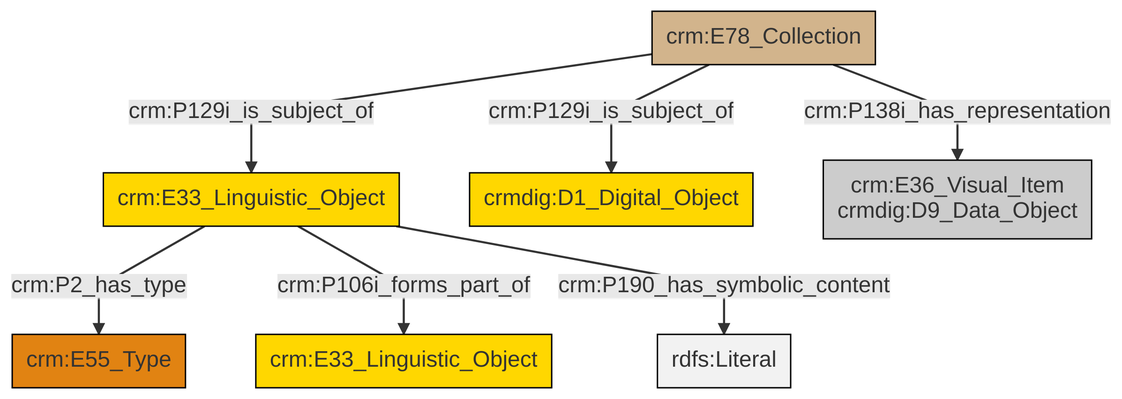
This is et/archivalCSV/ttl/mmd/png/archival_docs.png from swiss-art-research-net/docs.swissartresearch, a Mermaid export, as it was before one commit. Its source is kept beside it as et/archivalCSV/ttl/mmd/archival_docs.ttl.mmd.
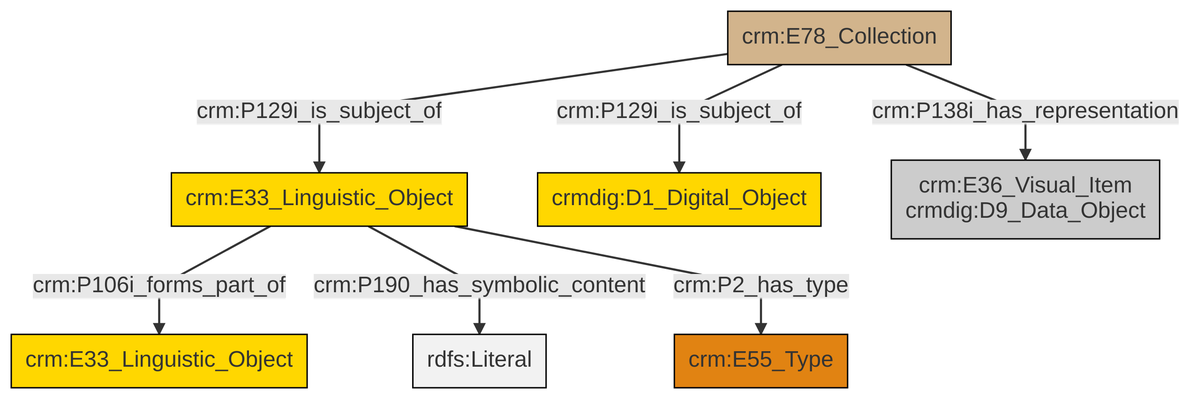
The same file after the commit.

Diff of the diagram source:
```diff
@@ -13,9 +13,9 @@
 classDef PC_Classes fill:#4ce600, stroke:#000000;
 classDef Multi fill:#cccccc,stroke:#000000;
 
-0["crm:E33_Linguistic_Object"]:::Conceptual_Object -->|crm:P2_has_type| 1["crm:E55_Type"]:::Type
-4["crm:E78_Collection"]:::Physical_Thing -->|crm:P129i_is_subject_of| 5["crmdig:D1_Digital_Object"]:::Conceptual_Object
+0["crm:E33_Linguistic_Object"]:::Conceptual_Object -->|crm:P106i_forms_part_of| 1["crm:E33_Linguistic_Object"]:::Conceptual_Object
+4["crm:E78_Collection"]:::Physical_Thing -->|crm:P138i_has_representation| 5["crm:E36_Visual_Item<br>crmdig:D9_Data_Object"]:::Multi
+0["crm:E33_Linguistic_Object"]:::Conceptual_Object -->|crm:P190_has_symbolic_content| 10[rdfs:Literal]:::Literal
 4["crm:E78_Collection"]:::Physical_Thing -->|crm:P129i_is_subject_of| 0["crm:E33_Linguistic_Object"]:::Conceptual_Object
-0["crm:E33_Linguistic_Object"]:::Conceptual_Object -->|crm:P106i_forms_part_of| 2["crm:E33_Linguistic_Object"]:::Conceptual_Object
-0["crm:E33_Linguistic_Object"]:::Conceptual_Object -->|crm:P190_has_symbolic_content| 10[rdfs:Literal]:::Literal
-4["crm:E78_Collection"]:::Physical_Thing -->|crm:P138i_has_representation| 6["crm:E36_Visual_Item<br>crmdig:D9_Data_Object"]:::Multi
+0["crm:E33_Linguistic_Object"]:::Conceptual_Object -->|crm:P2_has_type| 7["crm:E55_Type"]:::Type
+4["crm:E78_Collection"]:::Physical_Thing -->|crm:P129i_is_subject_of| 2["crmdig:D1_Digital_Object"]:::Conceptual_Object
```
